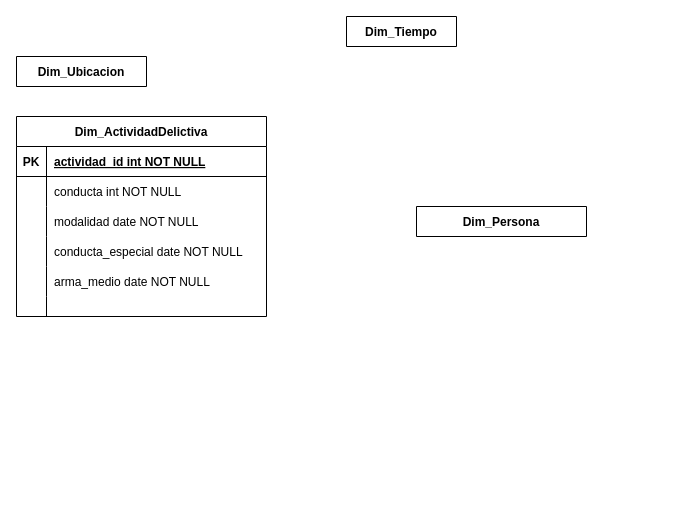
Before: Diagrama sin título.drawio in JonhNino/Book-s, a draw.io diagram. Source tidied: cells renumbered, new cells numbered last; positions are measured from the earlier drawing's top-left corner, leaving out a move shared by most shapes. Both pictures are drawn from the tidied source at 100%, with x=0, y=0 at pixel (16, 16).
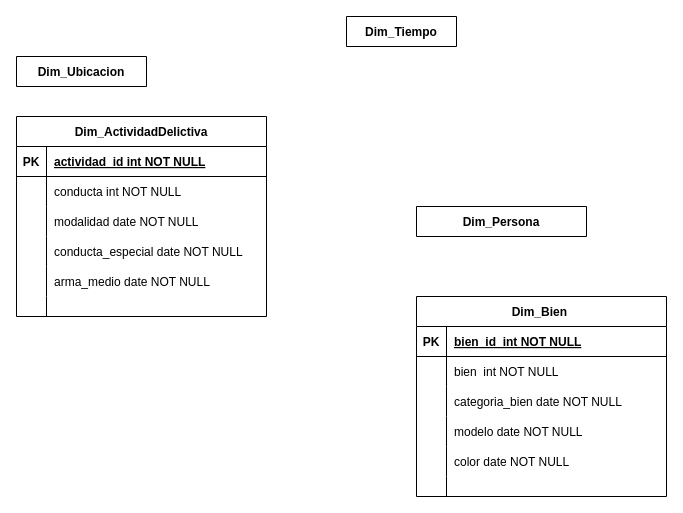
The same diagram, later.

Commit message:
Dim_Bien

The edit, as a diff of the source:
```diff
@@
+    <mxCell id="24" value="Dim_Bien " style="shape=table;startSize=30;childLayout=tableLayout;rowLines=0;fontStyle=1;align=center;" parent="1" vertex="1">
+      <mxGeometry x="400" y="280" width="250" height="200" as="geometry" />
+    </mxCell>
+    <mxCell id="25" style="shape=partialRectangle;fillColor=none;top=0;left=0;right=0;bottom=1;" parent="24" vertex="1">
+      <mxGeometry y="30" width="250" height="30" as="geometry" />
+    </mxCell>
+    <mxCell id="26" value="PK" style="shape=partialRectangle;overflow=hidden;fillColor=none;top=0;left=0;bottom=0;right=0;fontStyle=1;" parent="25" vertex="1">
+      <mxGeometry width="30" height="30" as="geometry" />
+    </mxCell>
+    <mxCell id="27" value="bien_id  int NOT NULL " style="shape=partialRectangle;overflow=hidden;fillColor=none;top=0;left=0;bottom=0;right=0;align=left;spacingLeft=6;fontStyle=5;" parent="25" vertex="1">
+      <mxGeometry x="30" width="220" height="30" as="geometry" />
+    </mxCell>
+    <mxCell id="28" style="shape=partialRectangle;fillColor=none;top=0;left=0;right=0;bottom=0;" parent="24" vertex="1">
+      <mxGeometry y="60" width="250" height="30" as="geometry" />
+    </mxCell>
+    <mxCell id="29" style="shape=partialRectangle;overflow=hidden;fillColor=none;top=0;left=0;bottom=0;right=0;" parent="28" vertex="1">
+      <mxGeometry width="30" height="30" as="geometry" />
+    </mxCell>
+    <mxCell id="30" value="bien  int NOT NULL" style="shape=partialRectangle;overflow=hidden;fillColor=none;top=0;left=0;bottom=0;right=0;align=left;spacingLeft=6;" parent="28" vertex="1">
+      <mxGeometry x="30" width="220" height="30" as="geometry" />
+    </mxCell>
+    <mxCell id="31" style="shape=partialRectangle;fillColor=none;top=0;left=0;right=0;bottom=0;" parent="24" vertex="1">
+      <mxGeometry y="90" width="250" height="30" as="geometry" />
+    </mxCell>
+    <mxCell id="32" style="shape=partialRectangle;overflow=hidden;fillColor=none;top=0;left=0;bottom=0;right=0;" parent="31" vertex="1">
+      <mxGeometry width="30" height="30" as="geometry" />
+    </mxCell>
+    <mxCell id="33" value="categoria_bien date NOT NULL" style="shape=partialRectangle;overflow=hidden;fillColor=none;top=0;left=0;bottom=0;right=0;align=left;spacingLeft=6;" parent="31" vertex="1">
+      <mxGeometry x="30" width="220" height="30" as="geometry" />
+    </mxCell>
+    <mxCell id="34" style="shape=partialRectangle;fillColor=none;top=0;left=0;right=0;bottom=0;" parent="24" vertex="1">
+      <mxGeometry y="120" width="250" height="30" as="geometry" />
+    </mxCell>
+    <mxCell id="35" style="shape=partialRectangle;overflow=hidden;fillColor=none;top=0;left=0;bottom=0;right=0;" parent="34" vertex="1">
+      <mxGeometry width="30" height="30" as="geometry" />
+    </mxCell>
+    <mxCell id="36" value="modelo date NOT NULL" style="shape=partialRectangle;overflow=hidden;fillColor=none;top=0;left=0;bottom=0;right=0;align=left;spacingLeft=6;" parent="34" vertex="1">
+      <mxGeometry x="30" width="220" height="30" as="geometry" />
+    </mxCell>
+    <mxCell id="37" style="shape=partialRectangle;fillColor=none;top=0;left=0;right=0;bottom=0;" parent="24" vertex="1">
+      <mxGeometry y="150" width="250" height="30" as="geometry" />
+    </mxCell>
+    <mxCell id="38" style="shape=partialRectangle;overflow=hidden;fillColor=none;top=0;left=0;bottom=0;right=0;" parent="37" vertex="1">
+      <mxGeometry width="30" height="30" as="geometry" />
+    </mxCell>
+    <mxCell id="39" value="color date NOT NULL" style="shape=partialRectangle;overflow=hidden;fillColor=none;top=0;left=0;bottom=0;right=0;align=left;spacingLeft=6;" parent="37" vertex="1">
+      <mxGeometry x="30" width="220" height="30" as="geometry" />
+    </mxCell>
+    <mxCell id="40" style="shape=partialRectangle;fillColor=none;top=0;left=0;right=0;bottom=0;" parent="24" vertex="1">
+      <mxGeometry y="180" width="250" height="20" as="geometry" />
+    </mxCell>
+    <mxCell id="41" style="shape=partialRectangle;overflow=hidden;fillColor=none;top=0;left=0;bottom=0;right=0;" parent="40" vertex="1">
+      <mxGeometry width="30" height="20" as="geometry" />
+    </mxCell>
+    <mxCell id="42" style="shape=partialRectangle;overflow=hidden;fillColor=none;top=0;left=0;bottom=0;right=0;align=left;spacingLeft=6;" parent="40" vertex="1">
+      <mxGeometry x="30" width="220" height="20" as="geometry" />
+    </mxCell>
```
